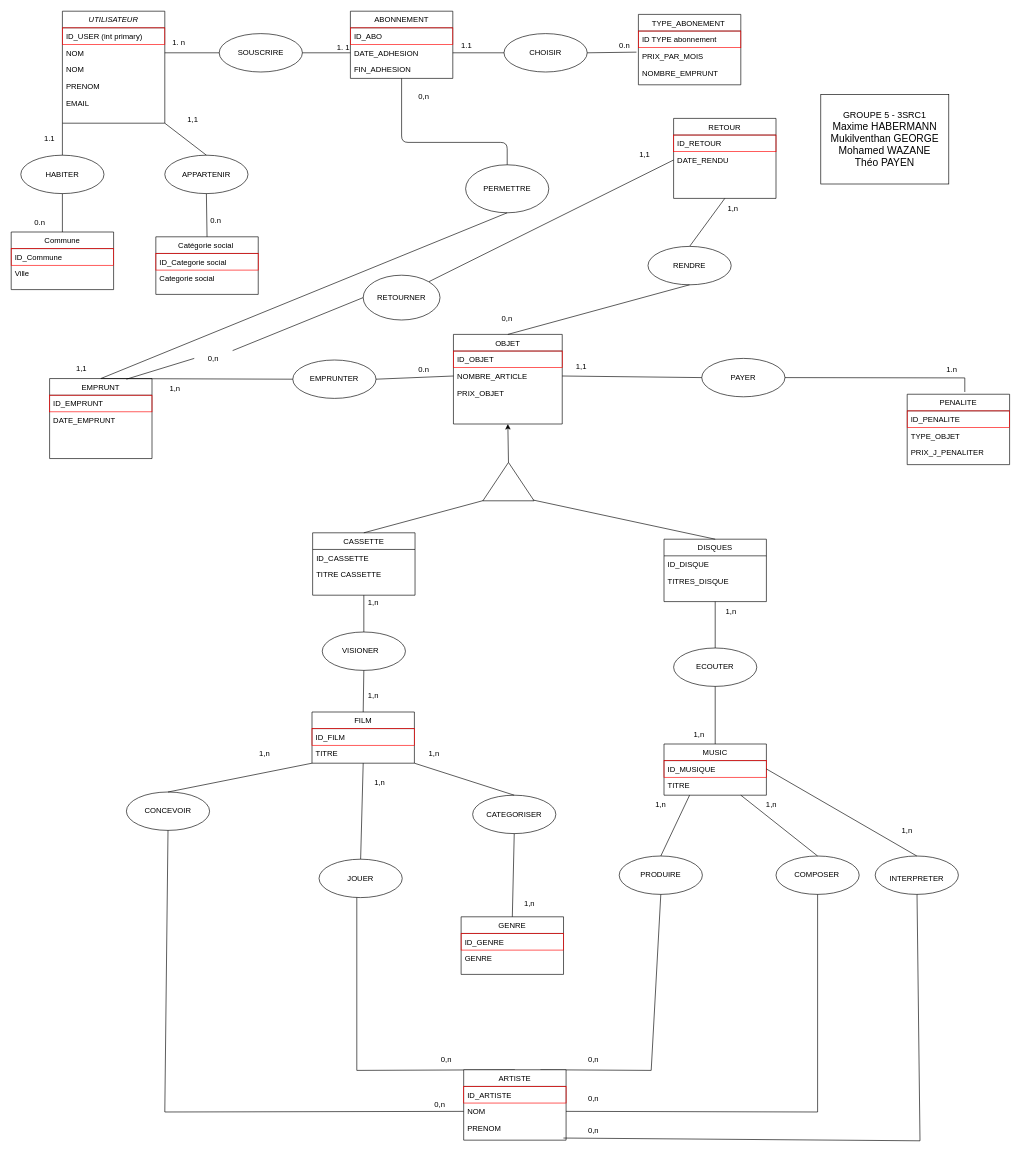
This is page "MCD (validé)" (1 of 4) of Proje BDD-2-2.drawio from GMukilventhan/Projet-BDD-SRC-21-22, a draw.io file, before an edit. Source tidied: cells renumbered, new cells numbered last; positions are measured from the earlier drawing's top-left corner, leaving out a move shared by most shapes. Both pictures are drawn from the tidied source at 64%, with x=0, y=0 at pixel (11, 11).
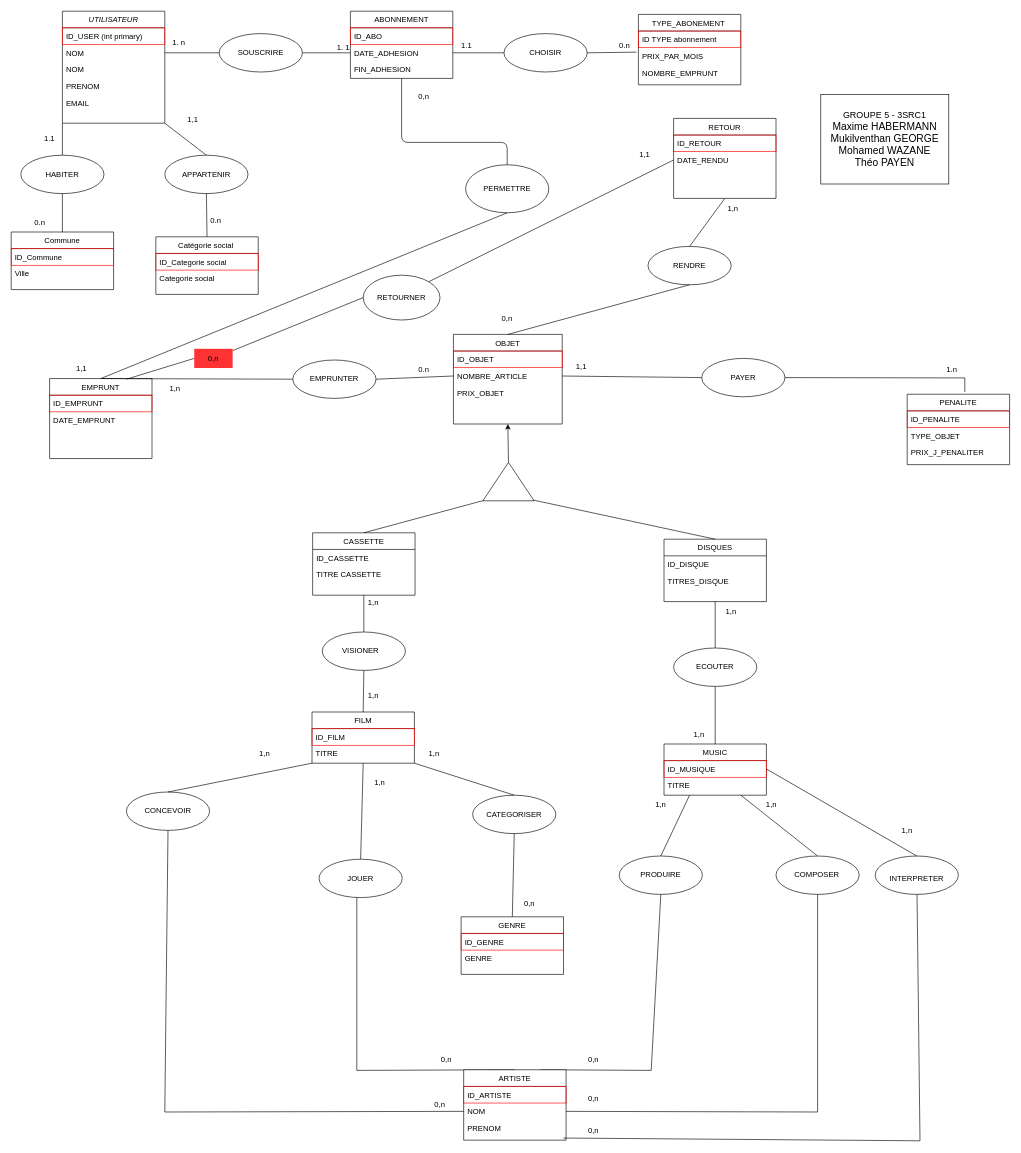
The same diagram, later.

Change to the diagram source:
```diff
@@
-    <mxCell id="123" value="1,n" style="text;html=1;strokeColor=none;fillColor=none;align=center;verticalAlign=middle;whiteSpace=wrap;rounded=0;" parent="1" vertex="1">
+    <mxCell id="123" value="0,n" style="text;html=1;strokeColor=none;fillColor=none;align=center;verticalAlign=middle;whiteSpace=wrap;rounded=0;" parent="1" vertex="1">
       <mxGeometry x="780" y="1380" width="60" height="30" as="geometry" />
     </mxCell>
@@
-    <mxCell id="151" value="0,n" style="text;html=1;strokeColor=none;fillColor=none;align=center;verticalAlign=middle;whiteSpace=wrap;rounded=0;" parent="1" vertex="1">
+    <mxCell id="151" value="0,n" style="text;html=1;strokeColor=none;fillColor=#FF3333;align=center;verticalAlign=middle;whiteSpace=wrap;rounded=0;" parent="1" vertex="1">
       <mxGeometry x="286" y="527.5" width="60" height="30" as="geometry" />
     </mxCell>
```
